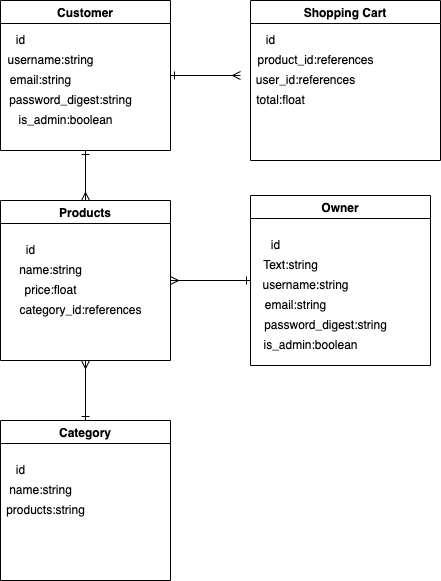
Above: images/ERD.png in tdiec00/Whats-the-Total (draw.io), before the change. Source tidied: cells renumbered, new cells last; positions are measured from the earlier drawing's top-left corner, leaving out a move shared by most shapes. Its diagram source:
```xml
<mxGraphModel>
  <root>
    <mxCell id="0" />
    <mxCell id="1" parent="0" />
    <mxCell id="2" style="edgeStyle=orthogonalEdgeStyle;rounded=0;jettySize=auto;html=1;entryX=0.5;entryY=0;entryDx=0;entryDy=0;verticalAlign=top;startArrow=ERone;startFill=0;endArrow=ERmany;endFill=0;" parent="1" edge="1" source="4" target="11">
      <mxGeometry relative="1" as="geometry" />
    </mxCell>
    <mxCell id="3" style="edgeStyle=orthogonalEdgeStyle;rounded=0;jettySize=auto;html=1;startArrow=ERone;startFill=0;endArrow=ERmany;endFill=0;" parent="1" edge="1" source="4">
      <mxGeometry relative="1" as="geometry">
        <mxPoint x="240" y="75" as="targetPoint" />
      </mxGeometry>
    </mxCell>
    <mxCell id="4" value="Customer" style="swimlane;" parent="1" vertex="1">
      <mxGeometry width="170" height="150" as="geometry" />
    </mxCell>
    <mxCell id="5" value="password_digest:string" style="text;html=1;align=center;verticalAlign=middle;strokeColor=none;fillColor=none;" parent="4" vertex="1">
      <mxGeometry y="90" width="140" height="20" as="geometry" />
    </mxCell>
    <mxCell id="6" value="email:string" style="text;html=1;align=center;verticalAlign=middle;strokeColor=none;fillColor=none;" parent="4" vertex="1">
      <mxGeometry y="70" width="80" height="20" as="geometry" />
    </mxCell>
    <mxCell id="7" value="id" style="text;html=1;align=center;verticalAlign=middle;strokeColor=none;fillColor=none;" parent="4" vertex="1">
      <mxGeometry x="10" y="30" width="20" height="20" as="geometry" />
    </mxCell>
    <mxCell id="8" value="username:string" style="text;html=1;align=center;verticalAlign=middle;strokeColor=none;fillColor=none;" parent="4" vertex="1">
      <mxGeometry y="50" width="100" height="20" as="geometry" />
    </mxCell>
    <mxCell id="9" value="is_admin:boolean" style="text;html=1;align=center;verticalAlign=middle;strokeColor=none;fillColor=none;" parent="4" vertex="1">
      <mxGeometry x="10" y="110" width="110" height="20" as="geometry" />
    </mxCell>
    <mxCell id="10" style="edgeStyle=orthogonalEdgeStyle;rounded=0;jettySize=auto;html=1;endArrow=ERone;endFill=0;startArrow=ERmany;startFill=0;" parent="1" edge="1" source="11" target="16">
      <mxGeometry relative="1" as="geometry" />
    </mxCell>
    <mxCell id="11" value="Products" style="swimlane;" parent="1" vertex="1">
      <mxGeometry y="200" width="170" height="160" as="geometry" />
    </mxCell>
    <mxCell id="12" value="category_id:references" style="text;html=1;align=center;verticalAlign=middle;strokeColor=none;fillColor=none;" parent="11" vertex="1">
      <mxGeometry x="10" y="100" width="140" height="20" as="geometry" />
    </mxCell>
    <mxCell id="13" value="name:string" style="text;html=1;align=center;verticalAlign=middle;strokeColor=none;fillColor=none;" parent="11" vertex="1">
      <mxGeometry x="10" y="60" width="80" height="20" as="geometry" />
    </mxCell>
    <mxCell id="14" value="id" style="text;html=1;align=center;verticalAlign=middle;strokeColor=none;fillColor=none;" parent="11" vertex="1">
      <mxGeometry x="20" y="40" width="20" height="20" as="geometry" />
    </mxCell>
    <mxCell id="15" value="price:float" style="text;html=1;align=center;verticalAlign=middle;strokeColor=none;fillColor=none;" parent="11" vertex="1">
      <mxGeometry x="15" y="80" width="70" height="20" as="geometry" />
    </mxCell>
    <mxCell id="16" value="Category" style="swimlane;" parent="1" vertex="1">
      <mxGeometry y="420" width="170" height="160" as="geometry" />
    </mxCell>
    <mxCell id="17" value="id" style="text;html=1;align=center;verticalAlign=middle;strokeColor=none;fillColor=none;" parent="16" vertex="1">
      <mxGeometry x="10" y="40" width="20" height="20" as="geometry" />
    </mxCell>
    <mxCell id="18" value="name:string" style="text;html=1;align=center;verticalAlign=middle;strokeColor=none;fillColor=none;" parent="16" vertex="1">
      <mxGeometry y="60" width="80" height="20" as="geometry" />
    </mxCell>
    <mxCell id="19" value="products:string" style="text;html=1;align=center;verticalAlign=middle;strokeColor=none;fillColor=none;" parent="16" vertex="1">
      <mxGeometry y="80" width="90" height="20" as="geometry" />
    </mxCell>
    <mxCell id="20" style="edgeStyle=orthogonalEdgeStyle;rounded=0;jettySize=auto;html=1;startArrow=ERone;startFill=0;endArrow=ERmany;endFill=0;strokeColor=none;" parent="1" edge="1" source="21">
      <mxGeometry relative="1" as="geometry">
        <mxPoint x="170" y="80" as="targetPoint" />
      </mxGeometry>
    </mxCell>
    <mxCell id="21" value="Shopping Cart" style="swimlane;" parent="1" vertex="1">
      <mxGeometry x="250" width="190" height="160" as="geometry" />
    </mxCell>
    <mxCell id="22" value="id" style="text;html=1;align=center;verticalAlign=middle;strokeColor=none;fillColor=none;" parent="21" vertex="1">
      <mxGeometry x="10" y="30" width="20" height="20" as="geometry" />
    </mxCell>
    <mxCell id="23" value="product_id:references" style="text;html=1;align=center;verticalAlign=middle;strokeColor=none;fillColor=none;" parent="21" vertex="1">
      <mxGeometry y="50" width="130" height="20" as="geometry" />
    </mxCell>
    <mxCell id="24" value="user_id:references" style="text;html=1;align=center;verticalAlign=middle;points=[];strokeColor=none;fillColor=none;" parent="21" vertex="1">
      <mxGeometry y="70" width="110" height="20" as="geometry" />
    </mxCell>
    <mxCell id="25" value="total:float" style="text;html=1;align=center;verticalAlign=middle;strokeColor=none;fillColor=none;" parent="21" vertex="1">
      <mxGeometry y="90" width="60" height="20" as="geometry" />
    </mxCell>
    <mxCell id="26" style="edgeStyle=orthogonalEdgeStyle;rounded=0;jettySize=auto;html=1;entryX=1;entryY=0.5;entryDx=0;entryDy=0;startArrow=ERone;startFill=0;endArrow=ERmany;endFill=0;" parent="1" edge="1" source="27" target="11">
      <mxGeometry relative="1" as="geometry" />
    </mxCell>
    <mxCell id="27" value="Owner" style="swimlane;" parent="1" vertex="1">
      <mxGeometry x="250" y="195" width="180" height="170" as="geometry" />
    </mxCell>
    <mxCell id="28" value="id" style="text;html=1;align=center;verticalAlign=middle;strokeColor=none;fillColor=none;" parent="27" vertex="1">
      <mxGeometry x="15" y="40" width="20" height="20" as="geometry" />
    </mxCell>
    <mxCell id="29" value="Text:string" style="text;html=1;align=center;verticalAlign=middle;strokeColor=none;fillColor=none;" parent="27" vertex="1">
      <mxGeometry x="5" y="60" width="70" height="20" as="geometry" />
    </mxCell>
    <mxCell id="30" value="username:string" style="text;html=1;align=center;verticalAlign=middle;strokeColor=none;fillColor=none;" parent="27" vertex="1">
      <mxGeometry x="5" y="80" width="100" height="20" as="geometry" />
    </mxCell>
    <mxCell id="31" value="email:string" style="text;html=1;align=center;verticalAlign=middle;strokeColor=none;fillColor=none;" parent="27" vertex="1">
      <mxGeometry x="5" y="100" width="80" height="20" as="geometry" />
    </mxCell>
    <mxCell id="32" value="password_digest:string" style="text;html=1;align=center;verticalAlign=middle;strokeColor=none;fillColor=none;" parent="27" vertex="1">
      <mxGeometry x="5" y="120" width="140" height="20" as="geometry" />
    </mxCell>
    <mxCell id="33" value="is_admin:boolean" style="text;html=1;align=center;verticalAlign=middle;strokeColor=none;fillColor=none;" parent="27" vertex="1">
      <mxGeometry x="5" y="140" width="110" height="20" as="geometry" />
    </mxCell>
  </root>
</mxGraphModel>
```
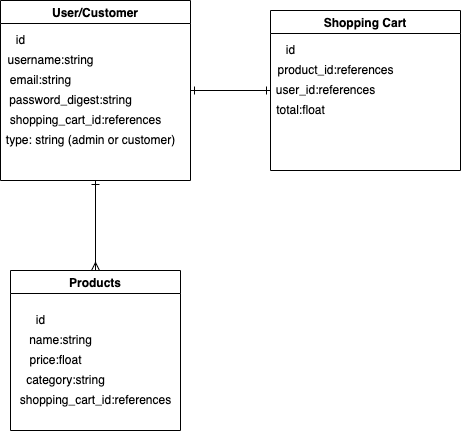
Above is the later version.

Change to the diagram source:
```diff
@@ -5,13 +5,11 @@
     <mxCell id="2" style="edgeStyle=orthogonalEdgeStyle;rounded=0;jettySize=auto;html=1;entryX=0.5;entryY=0;entryDx=0;entryDy=0;verticalAlign=top;startArrow=ERone;startFill=0;endArrow=ERmany;endFill=0;" parent="1" edge="1" source="4" target="11">
       <mxGeometry relative="1" as="geometry" />
     </mxCell>
-    <mxCell id="3" style="edgeStyle=orthogonalEdgeStyle;rounded=0;jettySize=auto;html=1;startArrow=ERone;startFill=0;endArrow=ERmany;endFill=0;" parent="1" edge="1" source="4">
-      <mxGeometry relative="1" as="geometry">
-        <mxPoint x="240" y="75" as="targetPoint" />
-      </mxGeometry>
+    <mxCell id="3" style="edgeStyle=orthogonalEdgeStyle;rounded=0;jettySize=auto;html=1;startArrow=ERone;startFill=0;endArrow=ERone;endFill=0;" parent="1" edge="1" source="4" target="24">
+      <mxGeometry relative="1" as="geometry" />
     </mxCell>
-    <mxCell id="4" value="Customer" style="swimlane;" parent="1" vertex="1">
-      <mxGeometry width="170" height="150" as="geometry" />
+    <mxCell id="4" value="User/Customer" style="swimlane;" parent="1" vertex="1">
+      <mxGeometry width="190" height="180" as="geometry" />
     </mxCell>
     <mxCell id="5" value="password_digest:string" style="text;html=1;align=center;verticalAlign=middle;strokeColor=none;fillColor=none;" parent="4" vertex="1">
       <mxGeometry y="90" width="140" height="20" as="geometry" />
@@ -25,18 +23,15 @@
     <mxCell id="8" value="username:string" style="text;html=1;align=center;verticalAlign=middle;strokeColor=none;fillColor=none;" parent="4" vertex="1">
       <mxGeometry y="50" width="100" height="20" as="geometry" />
     </mxCell>
-    <mxCell id="9" value="is_admin:boolean" style="text;html=1;align=center;verticalAlign=middle;strokeColor=none;fillColor=none;" parent="4" vertex="1">
-      <mxGeometry x="10" y="110" width="110" height="20" as="geometry" />
-    </mxCell>
-    <mxCell id="10" style="edgeStyle=orthogonalEdgeStyle;rounded=0;jettySize=auto;html=1;endArrow=ERone;endFill=0;startArrow=ERmany;startFill=0;" parent="1" edge="1" source="11" target="16">
-      <mxGeometry relative="1" as="geometry" />
-    </mxCell>
+    <mxCell id="34" value="shopping_cart_id:references" style="text;html=1;align=center;verticalAlign=middle;strokeColor=none;fillColor=none;" parent="4" vertex="1">
+      <mxGeometry y="110" width="170" height="20" as="geometry" />
+    </mxCell>
+    <mxCell id="35" value="type: string (admin or customer)" style="text;html=1;align=center;verticalAlign=middle;strokeColor=none;fillColor=none;" parent="4" vertex="1">
+      <mxGeometry y="130" width="180" height="20" as="geometry" />
+    </mxCell>
     <mxCell id="11" value="Products" style="swimlane;" parent="1" vertex="1">
-      <mxGeometry y="200" width="170" height="160" as="geometry" />
+      <mxGeometry x="10" y="270" width="170" height="160" as="geometry" />
     </mxCell>
-    <mxCell id="12" value="category_id:references" style="text;html=1;align=center;verticalAlign=middle;strokeColor=none;fillColor=none;" parent="11" vertex="1">
-      <mxGeometry x="10" y="100" width="140" height="20" as="geometry" />
-    </mxCell>
     <mxCell id="13" value="name:string" style="text;html=1;align=center;verticalAlign=middle;strokeColor=none;fillColor=none;" parent="11" vertex="1">
       <mxGeometry x="10" y="60" width="80" height="20" as="geometry" />
     </mxCell>
@@ -44,27 +39,21 @@
       <mxGeometry x="20" y="40" width="20" height="20" as="geometry" />
     </mxCell>
     <mxCell id="15" value="price:float" style="text;html=1;align=center;verticalAlign=middle;strokeColor=none;fillColor=none;" parent="11" vertex="1">
-      <mxGeometry x="15" y="80" width="70" height="20" as="geometry" />
+      <mxGeometry x="10" y="80" width="70" height="20" as="geometry" />
     </mxCell>
-    <mxCell id="16" value="Category" style="swimlane;" parent="1" vertex="1">
-      <mxGeometry y="420" width="170" height="160" as="geometry" />
-    </mxCell>
-    <mxCell id="17" value="id" style="text;html=1;align=center;verticalAlign=middle;strokeColor=none;fillColor=none;" parent="16" vertex="1">
-      <mxGeometry x="10" y="40" width="20" height="20" as="geometry" />
-    </mxCell>
-    <mxCell id="18" value="name:string" style="text;html=1;align=center;verticalAlign=middle;strokeColor=none;fillColor=none;" parent="16" vertex="1">
-      <mxGeometry y="60" width="80" height="20" as="geometry" />
-    </mxCell>
-    <mxCell id="19" value="products:string" style="text;html=1;align=center;verticalAlign=middle;strokeColor=none;fillColor=none;" parent="16" vertex="1">
-      <mxGeometry y="80" width="90" height="20" as="geometry" />
-    </mxCell>
+    <mxCell id="36" value="category:string" style="text;html=1;align=center;verticalAlign=middle;strokeColor=none;fillColor=none;" parent="11" vertex="1">
+      <mxGeometry x="10" y="100" width="90" height="20" as="geometry" />
+    </mxCell>
+    <mxCell id="37" value="shopping_cart_id:references" style="text;html=1;align=center;verticalAlign=middle;strokeColor=none;fillColor=none;" parent="11" vertex="1">
+      <mxGeometry y="120" width="170" height="20" as="geometry" />
+    </mxCell>
     <mxCell id="20" style="edgeStyle=orthogonalEdgeStyle;rounded=0;jettySize=auto;html=1;startArrow=ERone;startFill=0;endArrow=ERmany;endFill=0;strokeColor=none;" parent="1" edge="1" source="21">
       <mxGeometry relative="1" as="geometry">
         <mxPoint x="170" y="80" as="targetPoint" />
       </mxGeometry>
     </mxCell>
     <mxCell id="21" value="Shopping Cart" style="swimlane;" parent="1" vertex="1">
-      <mxGeometry x="250" width="190" height="160" as="geometry" />
+      <mxGeometry x="270" y="10" width="190" height="160" as="geometry" />
     </mxCell>
     <mxCell id="22" value="id" style="text;html=1;align=center;verticalAlign=middle;strokeColor=none;fillColor=none;" parent="21" vertex="1">
       <mxGeometry x="10" y="30" width="20" height="20" as="geometry" />
@@ -78,29 +67,5 @@
     <mxCell id="25" value="total:float" style="text;html=1;align=center;verticalAlign=middle;strokeColor=none;fillColor=none;" parent="21" vertex="1">
       <mxGeometry y="90" width="60" height="20" as="geometry" />
     </mxCell>
-    <mxCell id="26" style="edgeStyle=orthogonalEdgeStyle;rounded=0;jettySize=auto;html=1;entryX=1;entryY=0.5;entryDx=0;entryDy=0;startArrow=ERone;startFill=0;endArrow=ERmany;endFill=0;" parent="1" edge="1" source="27" target="11">
-      <mxGeometry relative="1" as="geometry" />
-    </mxCell>
-    <mxCell id="27" value="Owner" style="swimlane;" parent="1" vertex="1">
-      <mxGeometry x="250" y="195" width="180" height="170" as="geometry" />
-    </mxCell>
-    <mxCell id="28" value="id" style="text;html=1;align=center;verticalAlign=middle;strokeColor=none;fillColor=none;" parent="27" vertex="1">
-      <mxGeometry x="15" y="40" width="20" height="20" as="geometry" />
-    </mxCell>
-    <mxCell id="29" value="Text:string" style="text;html=1;align=center;verticalAlign=middle;strokeColor=none;fillColor=none;" parent="27" vertex="1">
-      <mxGeometry x="5" y="60" width="70" height="20" as="geometry" />
-    </mxCell>
-    <mxCell id="30" value="username:string" style="text;html=1;align=center;verticalAlign=middle;strokeColor=none;fillColor=none;" parent="27" vertex="1">
-      <mxGeometry x="5" y="80" width="100" height="20" as="geometry" />
-    </mxCell>
-    <mxCell id="31" value="email:string" style="text;html=1;align=center;verticalAlign=middle;strokeColor=none;fillColor=none;" parent="27" vertex="1">
-      <mxGeometry x="5" y="100" width="80" height="20" as="geometry" />
-    </mxCell>
-    <mxCell id="32" value="password_digest:string" style="text;html=1;align=center;verticalAlign=middle;strokeColor=none;fillColor=none;" parent="27" vertex="1">
-      <mxGeometry x="5" y="120" width="140" height="20" as="geometry" />
-    </mxCell>
-    <mxCell id="33" value="is_admin:boolean" style="text;html=1;align=center;verticalAlign=middle;strokeColor=none;fillColor=none;" parent="27" vertex="1">
-      <mxGeometry x="5" y="140" width="110" height="20" as="geometry" />
-    </mxCell>
   </root>
 </mxGraphModel>
```
